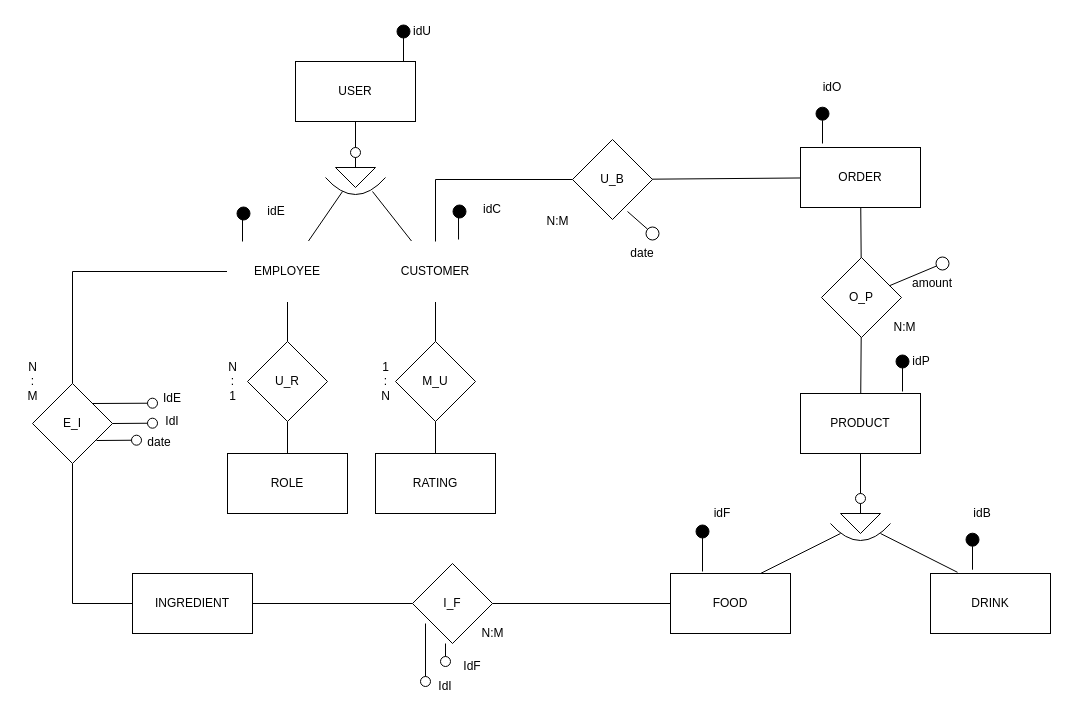
The draw.io diagram page "ERM" (1 of 2) of scom-rest-erm.drawio in Alvaro-IHC/SCom-rest, before the edit. Source tidied: cells renumbered, new cells numbered last; positions are measured from the earlier drawing's top-left corner, leaving out a move shared by most shapes. Both pictures are drawn from the tidied source at 100%, with x=0, y=0 at pixel (17, 21).
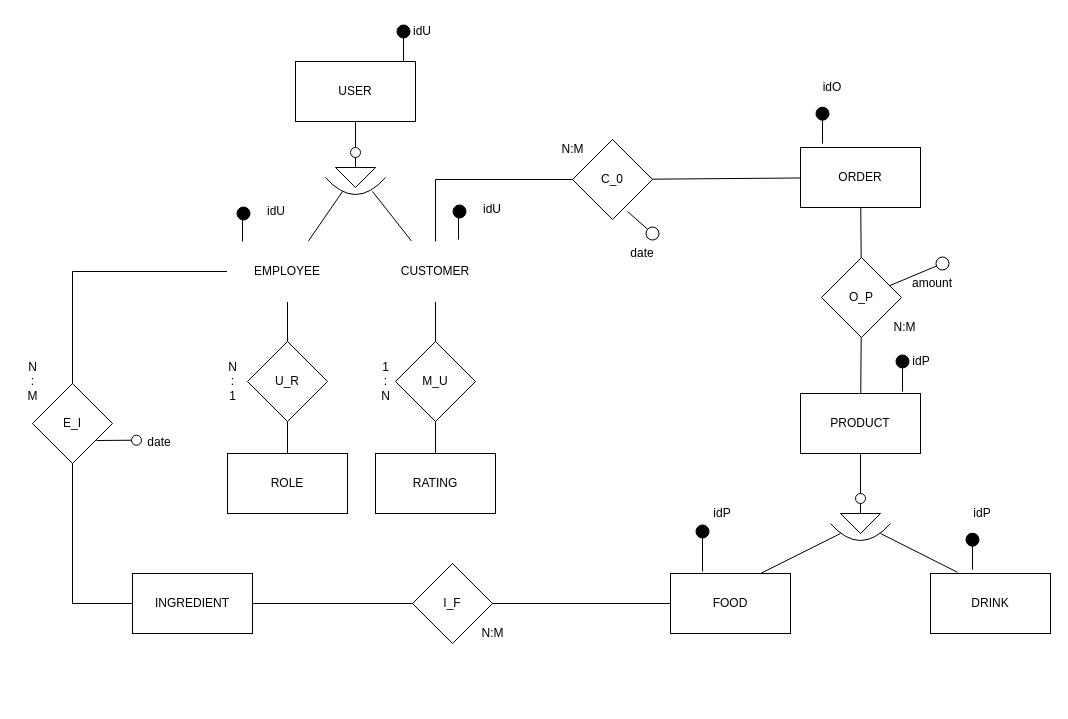
After the change.

Change to the diagram source:
```diff
@@
     <mxCell id="29" value="N:M" style="text;html=1;align=center;verticalAlign=middle;strokeColor=none;fillColor=none;" parent="1" vertex="1">
-      <mxGeometry x="520" y="190" width="40" height="20" as="geometry" />
+      <mxGeometry x="535" y="118" width="40" height="20" as="geometry" />
     </mxCell>
@@
-    <mxCell id="51" value="U_B" style="rhombus;whiteSpace=wrap;html=1;" parent="1" vertex="1">
+    <mxCell id="51" value="C_0" style="rhombus;whiteSpace=wrap;html=1;" parent="1" vertex="1">
       <mxGeometry x="555" y="118" width="80" height="80" as="geometry" />
     </mxCell>
@@
-    <mxCell id="53" value="idB" style="text;html=1;strokeColor=none;fillColor=none;align=center;verticalAlign=middle;whiteSpace=wrap;rounded=0;" parent="1" vertex="1">
+    <mxCell id="53" value="idP" style="text;html=1;strokeColor=none;fillColor=none;align=center;verticalAlign=middle;whiteSpace=wrap;rounded=0;" parent="1" vertex="1">
       <mxGeometry x="945" y="482" width="40" height="20" as="geometry" />
     </mxCell>
@@
-    <mxCell id="57" value="idF" style="text;html=1;strokeColor=none;fillColor=none;align=center;verticalAlign=middle;whiteSpace=wrap;rounded=0;" parent="1" vertex="1">
+    <mxCell id="57" value="idP" style="text;html=1;strokeColor=none;fillColor=none;align=center;verticalAlign=middle;whiteSpace=wrap;rounded=0;" parent="1" vertex="1">
       <mxGeometry x="685" y="482" width="40" height="20" as="geometry" />
     </mxCell>
@@
-    <mxCell id="60" value="idC" style="text;html=1;strokeColor=none;fillColor=none;align=center;verticalAlign=middle;whiteSpace=wrap;rounded=0;" parent="1" vertex="1">
+    <mxCell id="60" value="idU" style="text;html=1;strokeColor=none;fillColor=none;align=center;verticalAlign=middle;whiteSpace=wrap;rounded=0;" parent="1" vertex="1">
       <mxGeometry x="455" y="178" width="40" height="20" as="geometry" />
     </mxCell>
@@
-    <mxCell id="62" value="idE" style="text;html=1;strokeColor=none;fillColor=none;align=center;verticalAlign=middle;whiteSpace=wrap;rounded=0;" parent="1" vertex="1">
+    <mxCell id="62" value="idU" style="text;html=1;strokeColor=none;fillColor=none;align=center;verticalAlign=middle;whiteSpace=wrap;rounded=0;" parent="1" vertex="1">
       <mxGeometry x="239" y="180" width="40" height="20" as="geometry" />
     </mxCell>
@@
-    <mxCell id="66" style="edgeStyle=none;html=1;exitX=1;exitY=0;exitDx=0;exitDy=0;endArrow=oval;endFill=0;endSize=10;strokeWidth=1;" parent="1" edge="1">
-      <mxGeometry relative="1" as="geometry">
-        <mxPoint x="75" y="382" as="sourcePoint" />
-        <mxPoint x="135" y="381.7" as="targetPoint" />
-      </mxGeometry>
-    </mxCell>
-    <mxCell id="67" style="edgeStyle=none;html=1;exitX=1;exitY=0.5;exitDx=0;exitDy=0;endArrow=oval;endFill=0;endSize=10;strokeWidth=1;" parent="1" edge="1">
-      <mxGeometry relative="1" as="geometry">
-        <mxPoint x="95" y="402" as="sourcePoint" />
-        <mxPoint x="135" y="401.7" as="targetPoint" />
-      </mxGeometry>
-    </mxCell>
-    <mxCell id="68" value="IdE" style="text;html=1;strokeColor=none;fillColor=none;align=center;verticalAlign=middle;whiteSpace=wrap;rounded=0;" parent="1" vertex="1">
-      <mxGeometry x="135" y="362" width="40" height="30" as="geometry" />
-    </mxCell>
-    <mxCell id="69" value="IdI" style="text;html=1;strokeColor=none;fillColor=none;align=center;verticalAlign=middle;whiteSpace=wrap;rounded=0;" parent="1" vertex="1">
-      <mxGeometry x="135" y="385" width="40" height="30" as="geometry" />
-    </mxCell>
@@
-    <mxCell id="72" style="edgeStyle=none;html=1;exitX=0;exitY=1;exitDx=0;exitDy=0;endArrow=oval;endFill=0;endSize=10;strokeWidth=1;" parent="1" edge="1">
-      <mxGeometry relative="1" as="geometry">
-        <mxPoint x="408" y="602" as="sourcePoint" />
-        <mxPoint x="408" y="660" as="targetPoint" />
-      </mxGeometry>
-    </mxCell>
-    <mxCell id="73" style="edgeStyle=none;html=1;exitX=0.5;exitY=1;exitDx=0;exitDy=0;endArrow=oval;endFill=0;endSize=10;strokeWidth=1;" parent="1" edge="1">
-      <mxGeometry relative="1" as="geometry">
-        <mxPoint x="428" y="622" as="sourcePoint" />
-        <mxPoint x="428" y="640" as="targetPoint" />
-      </mxGeometry>
-    </mxCell>
-    <mxCell id="74" value="IdI" style="text;html=1;strokeColor=none;fillColor=none;align=center;verticalAlign=middle;whiteSpace=wrap;rounded=0;" parent="1" vertex="1">
-      <mxGeometry x="398" y="650" width="60" height="30" as="geometry" />
-    </mxCell>
-    <mxCell id="75" value="IdF" style="text;html=1;strokeColor=none;fillColor=none;align=center;verticalAlign=middle;whiteSpace=wrap;rounded=0;" parent="1" vertex="1">
-      <mxGeometry x="425" y="630" width="60" height="30" as="geometry" />
-    </mxCell>
```
